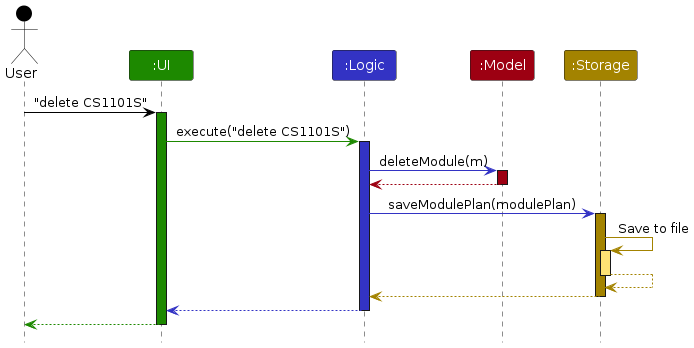
Above: diagrams/ArchitectureSequenceDiagram.png in ji-just-ji/tp (PlantUML), before the change. Its source is kept beside it as diagrams/ArchitectureSequenceDiagram.puml. Its diagram source:
```plantuml
@startuml
!include style.puml
skinparam ArrowFontStyle plain

Actor User as user USER_COLOR
Participant ":UI" as ui UI_COLOR
Participant ":Logic" as logic LOGIC_COLOR
Participant ":Model" as model MODEL_COLOR
Participant ":Storage" as storage STORAGE_COLOR

user -[USER_COLOR]> ui : "delete CS1101S"
activate ui UI_COLOR

ui -[UI_COLOR]> logic : execute("delete CS1101S")
activate logic LOGIC_COLOR

logic -[LOGIC_COLOR]> model : deleteModule(m)
activate model MODEL_COLOR

model -[MODEL_COLOR]-> logic
deactivate model

logic -[LOGIC_COLOR]> storage : saveModulePlan(modulePlan)
activate storage STORAGE_COLOR

storage -[STORAGE_COLOR]> storage : Save to file
activate storage STORAGE_COLOR_T1
storage --[STORAGE_COLOR]> storage
deactivate storage

storage --[STORAGE_COLOR]> logic
deactivate storage

logic --[LOGIC_COLOR]> ui
deactivate logic

ui--[UI_COLOR]> user
deactivate ui
@enduml
```
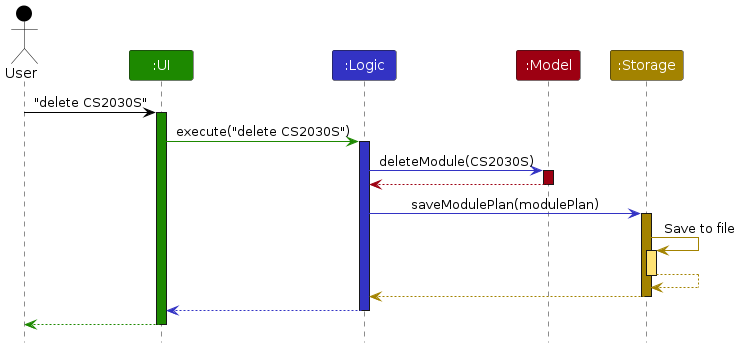
The same diagram one commit later.

What changed in the source:
```diff
@@ -8,13 +8,13 @@
 Participant ":Model" as model MODEL_COLOR
 Participant ":Storage" as storage STORAGE_COLOR
 
-user -[USER_COLOR]> ui : "delete CS1101S"
+user -[USER_COLOR]> ui : "delete CS2030S"
 activate ui UI_COLOR
 
-ui -[UI_COLOR]> logic : execute("delete CS1101S")
+ui -[UI_COLOR]> logic : execute("delete CS2030S")
 activate logic LOGIC_COLOR
 
-logic -[LOGIC_COLOR]> model : deleteModule(m)
+logic -[LOGIC_COLOR]> model : deleteModule(CS2030S)
 activate model MODEL_COLOR
 
 model -[MODEL_COLOR]-> logic
```
